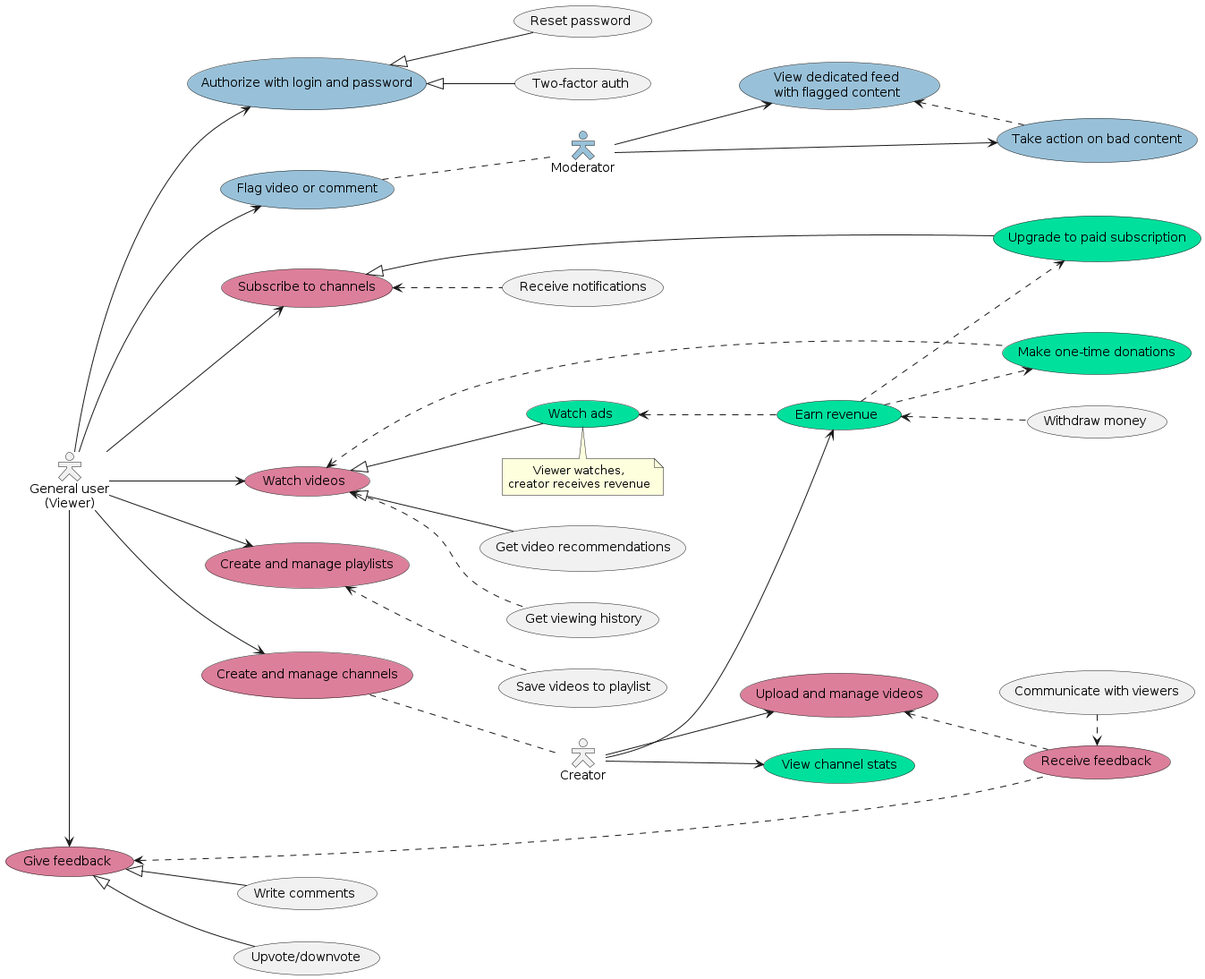
Earlier version of the PlantUML export usecase.png (Mr-Chekaut-Dungeon-IM-42/kpi-monkeys-2025).
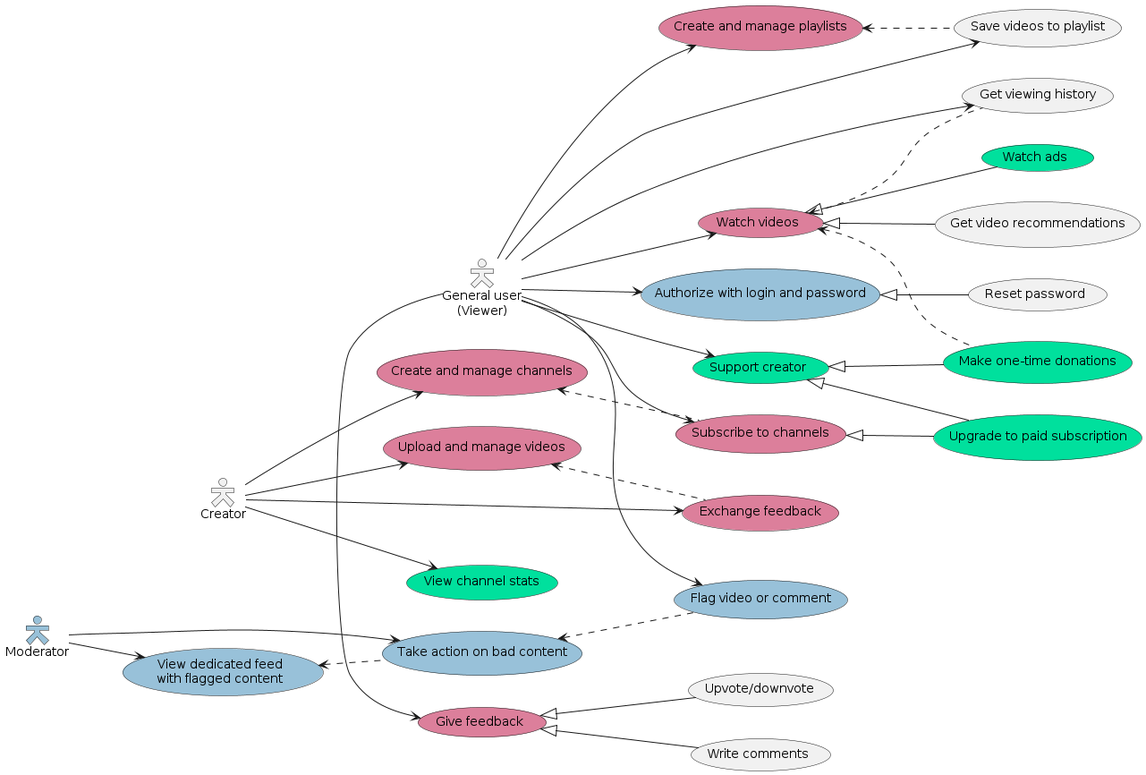
After the change.

Commit message:
fix(2): post-review changes

What changed in the source:
```diff
@@ -9,26 +9,21 @@
 
 actor "General user\n(Viewer)" as viewer
 top to bottom direction
+
 (Watch videos) as _watch_videos #DC7F9B
-(Make one-time donations) as _donate #00E09D
-_watch_videos <.. _donate
 (Watch ads) as _watch_ads #00E09D
-note right of _watch_ads : Viewer watches,\ncreator receives revenue
 _watch_videos <|-- _watch_ads
 (Get video recommendations) as _get_recs
 _watch_videos <|-- _get_recs
 viewer --> _watch_videos
 
 (Create and manage playlists) as _create_playlists #DC7F9B
-_create_playlists <.. (Save videos to playlist)
+(Save videos to playlist) as _save_video
+viewer --> _save_video
+_create_playlists <.. _save_video
 viewer --> _create_playlists
 
-(Create and manage channels) as _create_channels #DC7F9B
-viewer --> _create_channels
-
 (Authorize with login and password) as _authorize #98C1D9
-(Two-factor auth) as _2fa
-_authorize <|-- _2fa
 (Reset password) as _reset_password
 _authorize <|-- _reset_password
 viewer --> _authorize
@@ -36,52 +31,54 @@
 (Flag video or comment) as _flag_video #98C1D9
 viewer --> _flag_video
 
+(Subscribe to channels) as _subscribe #DC7F9B
+viewer --> _subscribe
 
-
-actor "Moderator" as moderator #98C1D9
-top to bottom direction
-_flag_video .. moderator
-(View dedicated feed\nwith flagged content) as _view_flagged #98C1D9
-moderator --> _view_flagged
-(Take action on bad content) as _take_action #98C1D9
-moderator --> _take_action
-_view_flagged <.. _take_action
-
-(Subscribe to channels) as _subscribe #DC7F9B
-(Receive notifications) as _recv_notifications
+(Support creator) as _support #00E09D
+viewer --> _support
+(Make one-time donations) as _donate #00E09D
+_watch_videos <.. _donate
+_support <|-- _donate
 (Upgrade to paid subscription) as _upgrade_to_paid #00E09D
-_subscribe <.. _recv_notifications
 _subscribe <|-- _upgrade_to_paid
-viewer --> _subscribe
+_support <|-- _upgrade_to_paid
 
 (Give feedback) as _give_feedback #DC7F9B
 _give_feedback <|-- (Write comments)
 _give_feedback <|-- (Upvote/downvote)
 viewer -> _give_feedback
 (Get viewing history) as _get_history
+viewer --> _get_history
 _watch_videos <.. _get_history
+
+
+
+actor "Moderator" as moderator #98C1D9
+top to bottom direction
+
+(View dedicated feed\nwith flagged content) as _view_flagged #98C1D9
+moderator --> _view_flagged
+(Take action on bad content) as _take_action #98C1D9
+_take_action <.. _flag_video
+moderator --> _take_action
+_view_flagged <.. _take_action
 
 
 
 actor "Creator" as creator
 left to right direction
-_create_channels .. creator
 
 (Upload and manage videos) as _upload #DC7F9B
 creator --> _upload
 
-(Receive feedback) as _recv_feedback #DC7F9B
-_upload <.. _recv_feedback
-_give_feedback <.. _recv_feedback
-_recv_feedback <..left.. (Communicate with viewers)
+(Create and manage channels) as _create_channels #DC7F9B
+_create_channels <.. _subscribe
+creator --> _create_channels
+
+(Exchange feedback) as _creator_feedback #DC7F9B
+creator --> _creator_feedback
+_upload <.. _creator_feedback
 
 (View channel stats) as _view_stats #00E09D
 creator --> _view_stats
-
-(Earn revenue) as _earn #00E09D
-_earn <.. (Withdraw money)
-_earn ..> _donate
-_earn ..> _upgrade_to_paid
-_watch_ads <.. _earn
-creator --> _earn
 @enduml
```
